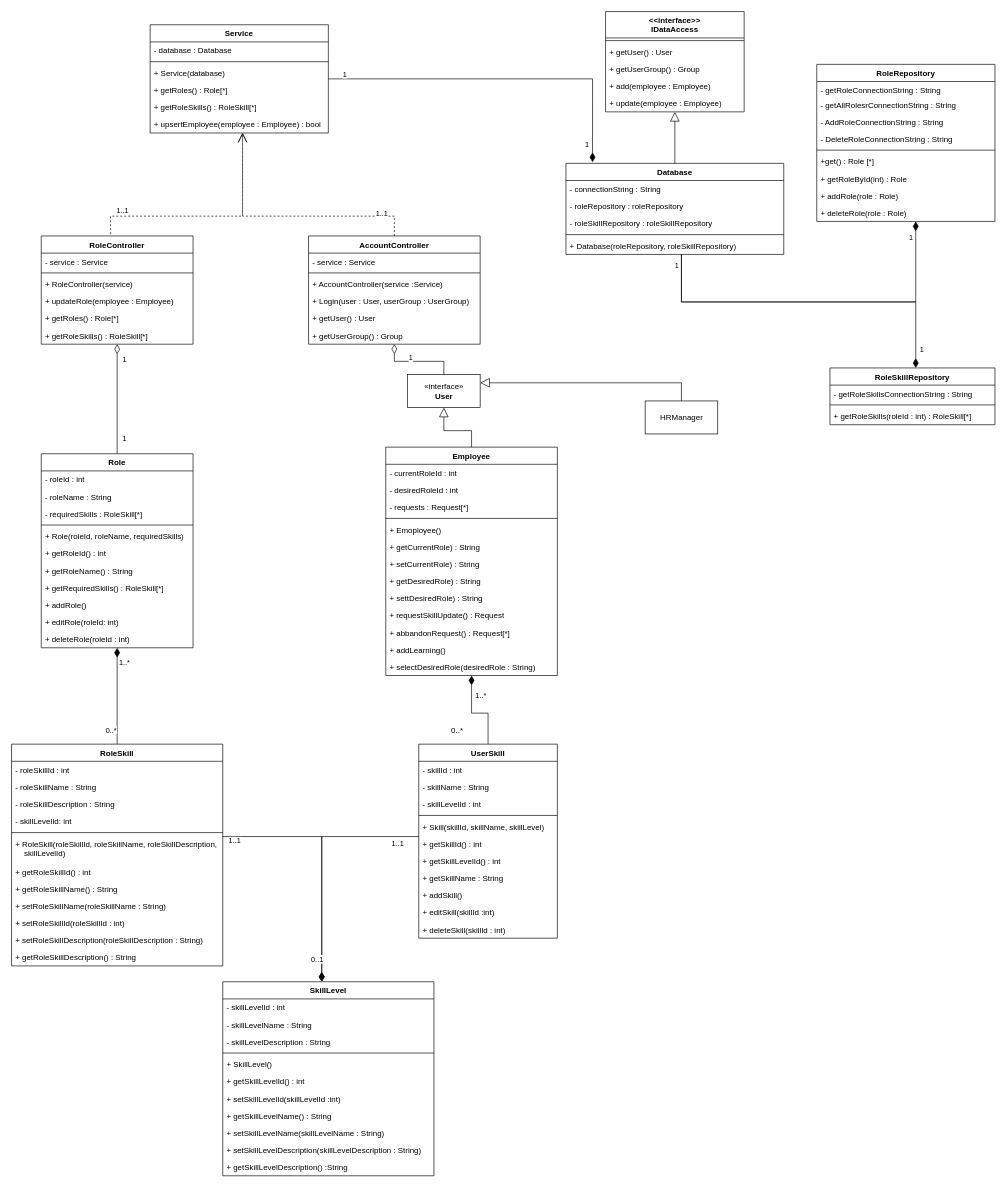
This is SelectRoleClassDiagram.drawio from learningCurve89/WorkBasedPortfolios, a draw.io file, before an edit. Source tidied: cells renumbered, new cells numbered last; positions are measured from the earlier drawing's top-left corner, leaving out a move shared by most shapes. Both pictures are drawn from the tidied source at 66%, with x=0, y=0 at pixel (11, 11).
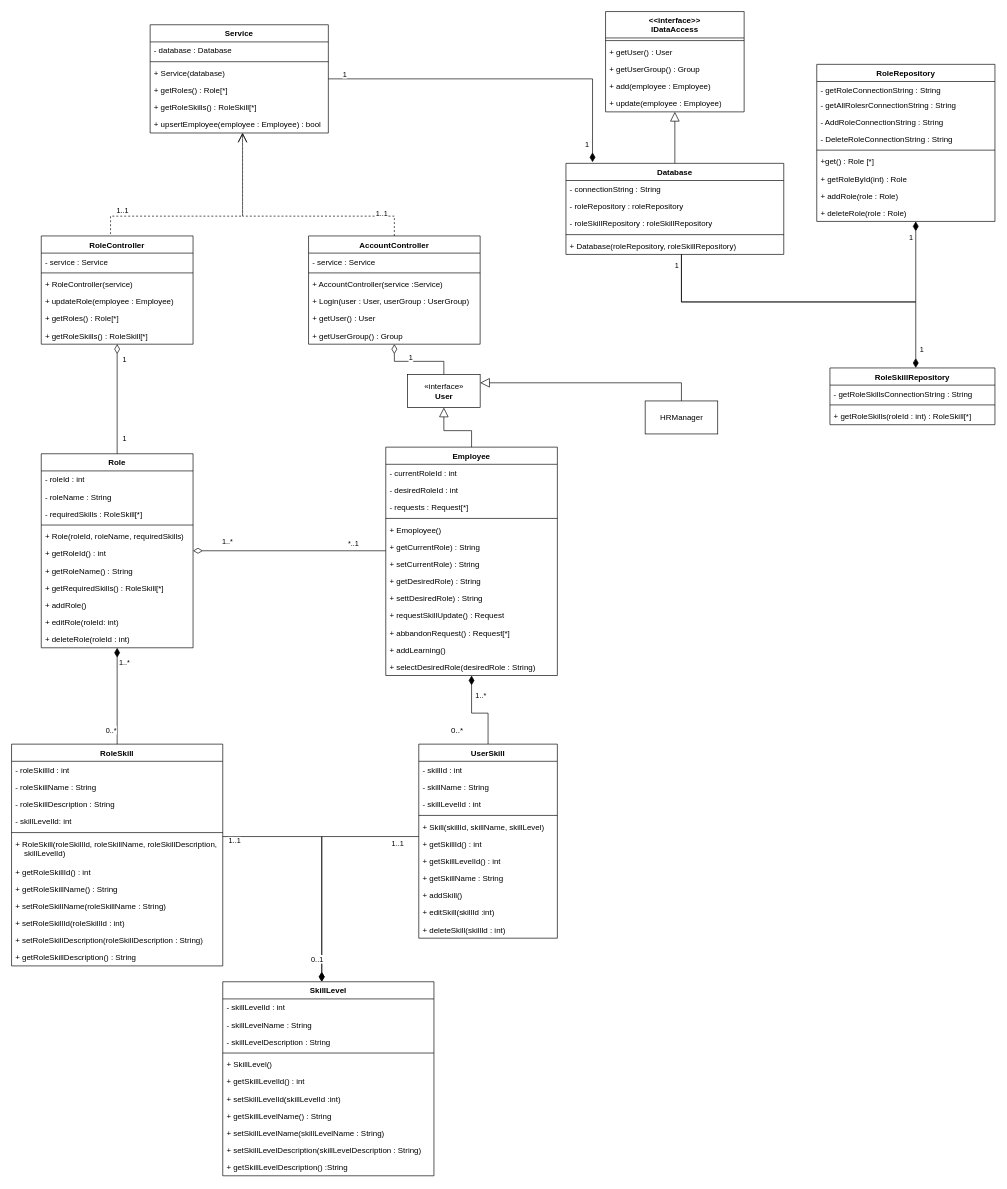
After the change.

Unchanged cells that the change refers to:
```xml
<mxCell id="6" value="Employee" style="swimlane;fontStyle=1;align=center;verticalAlign=top;horizontal=1;startSize=26;" parent="1" vertex="1">
  <mxGeometry x="567" y="660" width="260" height="346" as="geometry" />
</mxCell>
<mxCell id="20" value="Role" style="swimlane;fontStyle=1;align=center;verticalAlign=top;horizontal=1;startSize=26;" parent="1" vertex="1">
  <mxGeometry x="45" y="670" width="230" height="294" as="geometry" />
</mxCell>
```

Change to the diagram source:
```diff
@@
+    <mxCell id="145" style="edgeStyle=orthogonalEdgeStyle;rounded=0;jettySize=auto;html=1;startArrow=none;startFill=0;startSize=12;endArrow=diamondThin;endFill=0;endSize=12;" parent="1" edge="1" source="6" target="20">
+      <mxGeometry relative="1" as="geometry">
+        <Array as="points">
+          <mxPoint x="490" y="817" />
+          <mxPoint x="490" y="817" />
+        </Array>
+      </mxGeometry>
+    </mxCell>
+    <mxCell id="146" value="*..1" style="edgeLabel;html=1;align=center;verticalAlign=middle;" parent="145" vertex="1">
+      <mxGeometry x="-0.65" y="-12" relative="1" as="geometry">
+        <mxPoint x="1" as="offset" />
+      </mxGeometry>
+    </mxCell>
+    <mxCell id="147" value="1..*" style="edgeLabel;html=1;align=center;verticalAlign=middle;" parent="145" vertex="1">
+      <mxGeometry x="0.66" y="-15" relative="1" as="geometry">
+        <mxPoint x="1" as="offset" />
+      </mxGeometry>
+    </mxCell>
```
